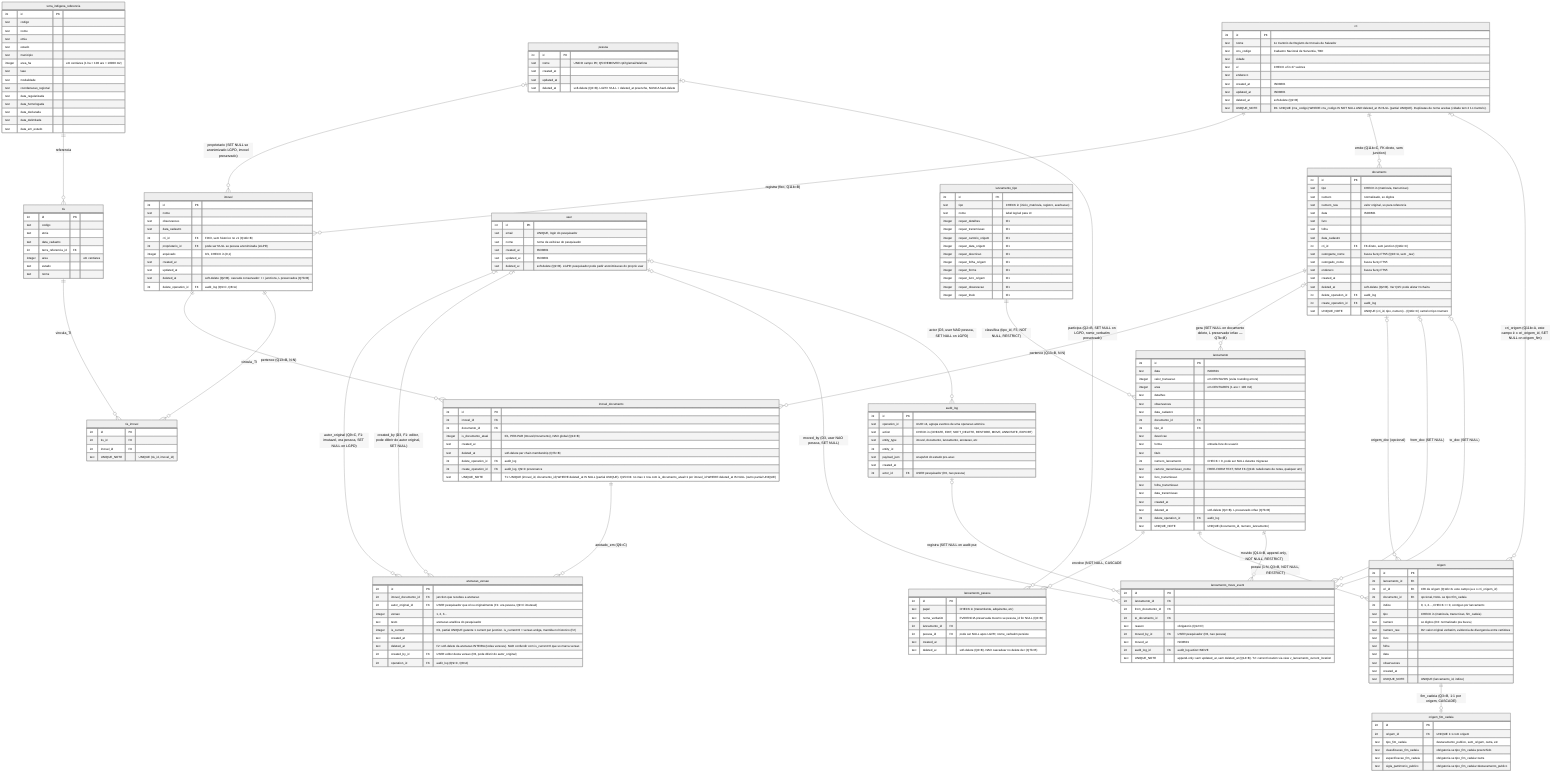
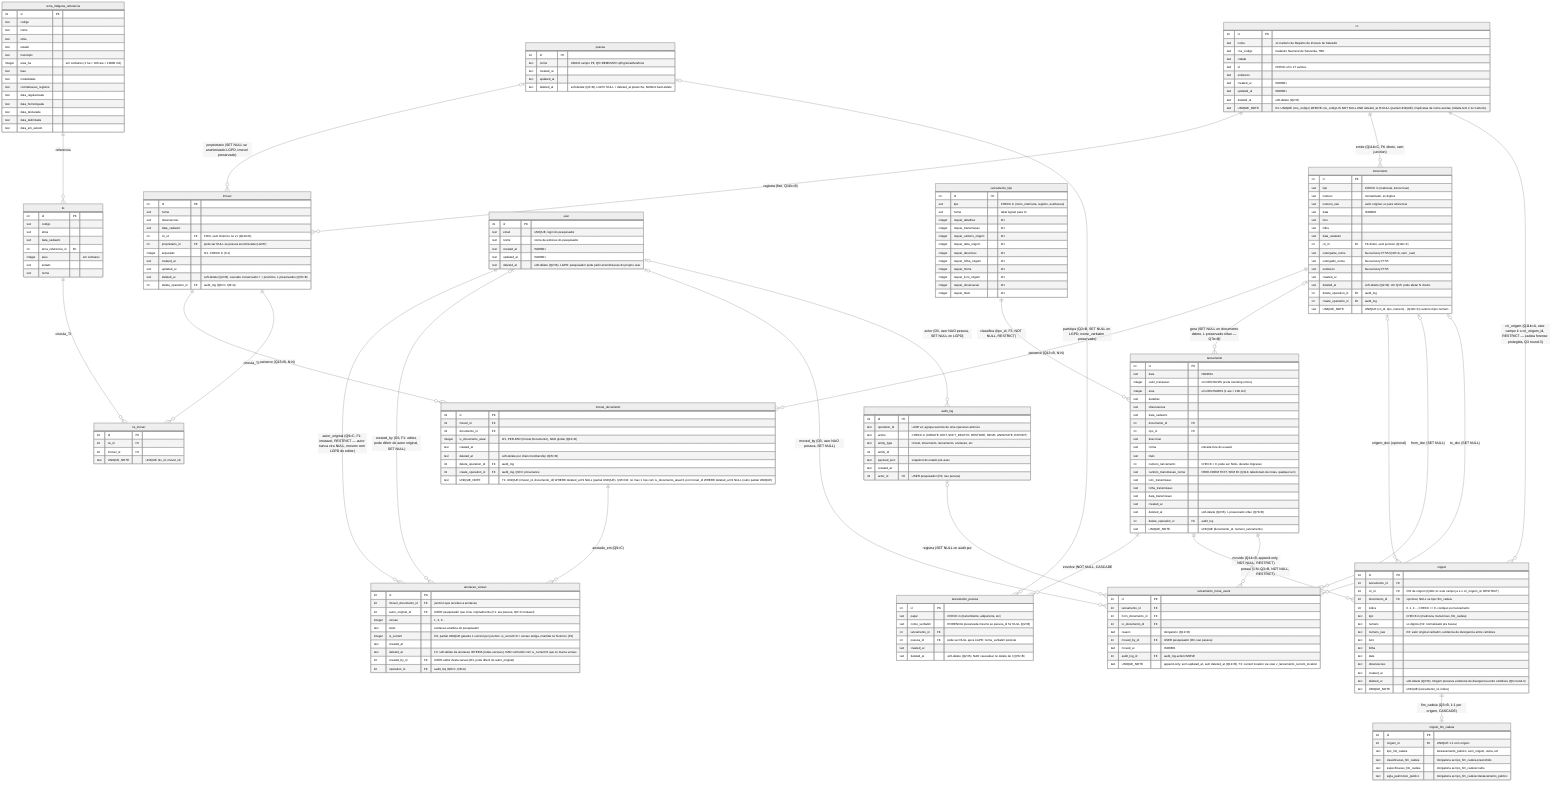
%%{init: {"theme":"neutral","er":{"layoutDirection":"LR","minEntityWidth":180,"minEntityHeight":90,"entityPadding":12},"themeVariables":{"fontSize":"12px"}}}%%
%% ERD v2 — Cadeia Dominial
%% Decisões: ver docs/db/SCHEMA_DECISOES_PENDENTES.md (Q1-Q15, Q11b, D1-D4, T1-T4)
%% Convenções SQLite/D1: TEXT ISO8601 p/ datas, INTEGER 0/1 p/ bool, INTEGER centavos p/ money
%% CHECK constraints vão via migration Drizzle (Mermaid interpreta -- e | em comentários)
%% Soft-delete: deleted_at TEXT NULL em todas as tabelas relevantes (Q2=B)
%% ============================================================================
%% ⚠️ T4 — Mermaid NÃO é schema. UNIQUE_NOTE é só documentação visual.
%%    A versão canônica é a Drizzle migration (T-101). Partial UNIQUE indexes
%%    (`WHERE deleted_at IS NULL`), CHECK constraints, FTS5 sync triggers,
%%    e a view v_lancamento_current_location (T2) NÃO aparecem no .mmd —
%%    aplicar via migration Drizzle + SQL DDL.
%% ============================================================================
erDiagram
    cri ||--o{ imovel : "registra (fixo, Q11b=B)"
    cri ||--o{ documento : "emite (Q11b=C, FK direto, sem junction)"
    imovel ||--o{ imovel_documento : "pertence (Q13=B, N:N)"
    documento ||--o{ imovel_documento : "pertence (Q13=B, N:N)"
    imovel_documento ||--o{ anotacao_versao : "anotado_em (Q9=C)"
-     user o|--o{ anotacao_versao : "autor_original (Q9=C, F1: imutavel, era pessoa, SET NULL on LGPD)"
+     user ||--o{ anotacao_versao : "autor_original (Q9=C, F1: imutavel, RESTRICT — autor nunca vira NULL, mesmo com LGPD do editor)"
    user o|--o{ anotacao_versao : "created_by (D3, F1: editor, pode diferir do autor original, SET NULL)"
    user o|--o{ lancamento_move_event : "moved_by (D3, user NAO pessoa, SET NULL)"
    user o|--o{ audit_log : "actor (D3, user NAO pessoa, SET NULL on LGPD)"
    pessoa o|--o{ imovel : "proprietario (SET NULL se anonimizado LGPD, imovel preservado)"
    pessoa o|--o{ lancamento_pessoa : "participa (Q2=B, SET NULL on LGPD, nome_verbatim preservado)"
    lancamento ||--o{ lancamento_pessoa : "envolve (NOT NULL, CASCADE)"
    lancamento_tipo ||--o{ lancamento : "classifica (tipo_id, F3, NOT NULL, RESTRICT)"
    documento o|--o{ lancamento : "gera (SET NULL on documento delete, L preservado orfao — Q7b=B)"
    documento o|--o{ origem : "origem_doc (opcional)"
    lancamento ||--o{ origem : "possui (1:N, Q3=B, NOT NULL, RESTRICT)"
    origem ||--o| origem_fim_cadeia : "fim_cadeia (Q3=B, 1:1 por origem, CASCADE)"
-     cri o|--o{ origem : "cri_origem (Q11b=A, este campo é o cri_origem_id, SET NULL on origem_fim)"
+     cri ||--o{ origem : "cri_origem (Q11b=A, este campo é o cri_origem_id, RESTRICT — cadeia forense protegida, Q3 round-3)"
    lancamento ||--o{ lancamento_move_event : "movido (Q14=B, append-only, NOT NULL, RESTRICT)"
    documento o|--o{ lancamento_move_event : "from_doc (SET NULL)"
    documento o|--o{ lancamento_move_event : "to_doc (SET NULL)"
    audit_log o|--o{ lancamento_move_event : "registra (SET NULL on audit purge)"
    imovel ||--o{ tis_imovel : "vincula_TI"
    tis ||--o{ tis_imovel : "vincula_TI"
    terra_indigena_referencia ||--o{ tis : "referencia"

    cri {
        int id PK
        text nome "1o Cartorio de Registro de Imoveis de Salvador"
        text cns_codigo "Cadastro Nacional de Serventia, TBD"
        text cidade
        text uf "CHECK uf in 27 valores"
        text endereco
        text created_at "ISO8601"
        text updated_at "ISO8601"
        text deleted_at "soft-delete (Q2=B)"
        text UNIQUE_NOTE "D1: UNIQUE (cns_codigo) WHERE cns_codigo IS NOT NULL AND deleted_at IS NULL (partial UNIQUE). Duplicatas de nome aceitas (cidade tem 2 1o Cartorio)."
    }

    user {
        int id PK
        text email "UNIQUE, login do pesquisador"
        text nome "nome de exibicao do pesquisador"
        text created_at "ISO8601"
        text updated_at "ISO8601"
        text deleted_at "soft-delete (Q2=B). LGPD: pesquisador pode pedir anonimizacao do proprio user"
    }

    pessoa {
        int id PK
        text nome "UNICO campo PII; Q5=REMOVER cpf/rg/email/telefone"
        text created_at
        text updated_at
        text deleted_at "soft-delete (Q2=B). LGPD: NULL + deleted_at preenche, NUNCA hard-delete"
    }

    imovel {
        int id PK
        text nome
        text observacoes
        text data_cadastro
        int cri_id FK "FIXO, sem historico no v1 (Q11b=B)"
        int proprietario_id FK "pode ser NULL se pessoa anonimizada (LGPD)"
        integer arquivado "0/1, CHECK in (0,1)"
        text created_at
        text updated_at
        text deleted_at "soft-delete (Q2=B). cascade conservador: I + junctions, L preservados (Q7b=B)"
        int delete_operation_id FK "audit_log (Q9=C, Q8=A)"
    }

    imovel_documento {
        int id PK
        int imovel_id FK
        int documento_id FK
        integer is_documento_atual "0/1, PER-PAR (Imovel,Documento), NAO global (Q13=B)"
        text created_at
        text deleted_at "soft-delete per chain membership (Q7b=B)"
        int delete_operation_id FK "audit_log"
        int create_operation_id FK "audit_log, Q9=C provenance"
        text UNIQUE_NOTE "T1: UNIQUE (imovel_id, documento_id) WHERE deleted_at IS NULL (partial UNIQUE). Q15=D4: no max 1 row com is_documento_atual=1 por imovel_id WHERE deleted_at IS NULL (outro partial UNIQUE)"
    }

    documento {
        int id PK
        text tipo "CHECK in (matricula, transcricao)"
        text numero "normalizado, so digitos"
        text numero_raw "valor original, so para referencia"
        text data "ISO8601"
        text livro
        text folha
        text data_cadastro
        int cri_id FK "FK direto, sem junction (Q11b=C)"
        text outorgante_nome "busca fuzzy FTS5 (Q10=A, sem _raw)"
        text outorgado_nome "busca fuzzy FTS5"
        text endereco "busca fuzzy FTS5"
        text created_at
        text deleted_at "soft-delete (Q2=B). Ver Q15: pode afetar N chains"
        int delete_operation_id FK "audit_log"
        int create_operation_id FK "audit_log"
        text UNIQUE_NOTE "UNIQUE (cri_id, tipo, numero) - (Q11b=C) cartorio+tipo+numero"
    }

    lancamento_tipo {
        int id PK
        text tipo "CHECK in (inicio_matricula, registro, averbacao)"
        text nome "label legivel para UI"
        integer requer_detalhes "0/1"
        integer requer_transmissao "0/1"
        integer requer_cartorio_origem "0/1"
        integer requer_data_origem "0/1"
        integer requer_descricao "0/1"
        integer requer_folha_origem "0/1"
        integer requer_forma "0/1"
        integer requer_livro_origem "0/1"
        integer requer_observacao "0/1"
        integer requer_titulo "0/1"
    }

    lancamento {
        int id PK
        text data "ISO8601"
        integer valor_transacao "em CENTAVOS (evita rounding errors)"
        integer area "em CENTIARES (1 are = 100 m2)"
        text detalhes
        text observacoes
        text data_cadastro
        int documento_id FK
        int tipo_id FK
        text descricao
        text forma "entrada livre do usuario"
        text titulo
        int numero_lancamento "CHECK > 0, pode ser NULL durante migracao"
        text cartorio_transmissao_nome "FREE-FORM TEXT, SEM FK (Q11b: tabelionato de notas, qualquer um)"
        text livro_transmissao
        text folha_transmissao
        text data_transmissao
        text created_at
        text deleted_at "soft-delete (Q2=B). L preservado orfao (Q7b=B)"
        int delete_operation_id FK "audit_log"
        text UNIQUE_NOTE "UNIQUE (documento_id, numero_lancamento)"
    }

    lancamento_pessoa {
        int id PK
        text papel "CHECK in (transmitente, adquirente, etc)"
        text nome_verbatim "EVIDENCIA preservada mesmo se pessoa_id for NULL (Q2=B)"
        int lancamento_id FK
        int pessoa_id FK "pode ser NULL apos LGPD; nome_verbatim persiste"
        text created_at
        text deleted_at "soft-delete (Q2=B). NAO cascadear no delete de I (Q7b=B)"
    }

    origem {
        int id PK
        int lancamento_id FK
-         int cri_id FK "CRI de origem (Q11b=A: este campo ja e o cri_origem_id)"
+         int cri_id FK "CRI de origem (Q11b=A: este campo ja e o cri_origem_id, RESTRICT)"
        int documento_id FK "opcional, NULL se tipo=fim_cadeia"
        int indice "0, 1, 2..., CHECK >= 0, contiguo por lancamento"
        text tipo "CHECK in (matricula, transcricao, fim_cadeia)"
        text numero "so digitos (D2: normalizado pra busca)"
        text numero_raw "D2: valor original verbatim, evidencia de divergencia entre certidoes"
        text livro
        text folha
        text data
        text observacoes
        text created_at
+         text deleted_at "soft-delete (Q2=B). Origem preserva evidencia de divergencia entre certidoes (Q3 round-3)"
        text UNIQUE_NOTE "UNIQUE (lancamento_id, indice)"
    }

    origem_fim_cadeia {
        int id PK
        int origem_id FK "UNIQUE 1:1 com origem"
        text tipo_fim_cadeia "destacamento_publico, sem_origem, outra, etc"
        text classificacao_fim_cadeia "obrigatoria se tipo_fim_cadeia preenchido"
        text especificacao_fim_cadeia "obrigatoria se tipo_fim_cadeia=outra"
        text sigla_patrimonio_publico "obrigatoria se tipo_fim_cadeia=destacamento_publico"
    }

    anotacao_versao {
        int id PK
        int imovel_documento_id FK "junction que recebeu a anotacao"
        int autor_original_id FK "USER pesquisador que criou originalmente (F1: era pessoa, Q9=C imutavel)"
        integer versao "1, 2, 3..."
        text texto "anotacao analitica do pesquisador"
        integer is_current "0/1, partial UNIQUE garante 1 current per junction. is_current=0 = versao antiga, mantida no historico (F2)"
        text created_at
        text deleted_at "F2: soft-delete da anotacao INTEIRA (todas versoes). NAO confundir com is_current=0 que so marca versao"
        int created_by_id FK "USER editor desta versao (D3, pode diferir do autor_original)"
        int operation_id FK "audit_log (Q9=C, Q8=A)"
    }

    lancamento_move_event {
        int id PK
        int lancamento_id FK
        int from_documento_id FK
        int to_documento_id FK
        text reason "obrigatorio (Q12=D)"
        int moved_by_id FK "USER pesquisador (D3, nao pessoa)"
        text moved_at "ISO8601"
        int audit_log_id FK "audit_log.action=MOVE"
        text UNIQUE_NOTE "append-only: sem updated_at, sem deleted_at (Q14=B). T2: current location via view v_lancamento_current_location"
    }

    audit_log {
        int id PK
        text operation_id "UUID v4, agrupa eventos de uma operacao atomica"
        text action "CHECK in (CREATE, EDIT, SOFT_DELETE, RESTORE, MOVE, ANNOTATE, EXPORT)"
        text entity_type "imovel, documento, lancamento, anotacao, etc"
        int entity_id
        text payload_json "snapshot do estado pre-acao"
        text created_at
        int actor_id FK "USER pesquisador (D3, nao pessoa)"
    }

    tis {
        int id PK
        text codigo
        text etnia
        text data_cadastro
        int terra_referencia_id FK
        integer area "em centiares"
        text estado
        text nome
    }

    tis_imovel {
        int id PK
        int tis_id FK
        int imovel_id FK
        text UNIQUE_NOTE "UNIQUE (tis_id, imovel_id)"
    }

    terra_indigena_referencia {
        int id PK
        text codigo
        text nome
        text etnia
        text estado
        text municipio
        integer area_ha "em centiares (1 ha = 100 are = 10000 m2)"
        text fase
        text modalidade
        text coordenacao_regional
        text data_regularizada
        text data_homologada
        text data_declarada
        text data_delimitada
        text data_em_estudo
    }
